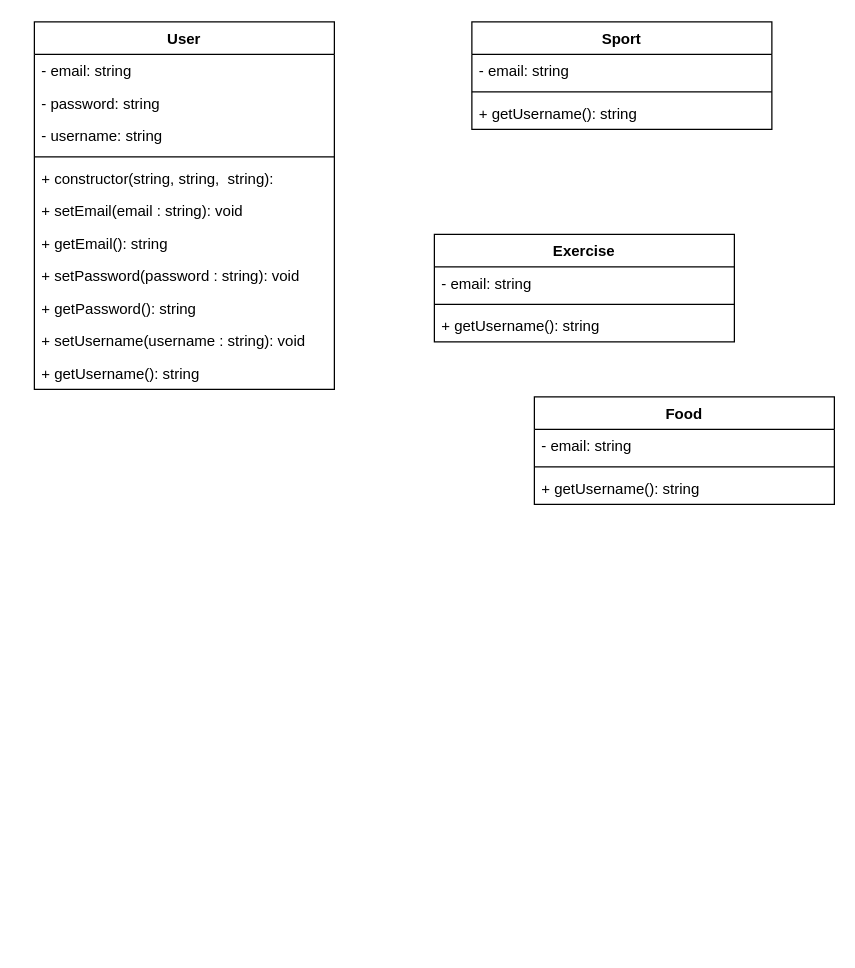
The draw.io diagram designs/class/class_diagram.drawio in jadogeri/CalorieTrackerApp, before the edit. Source tidied: cells renumbered, new cells numbered last; positions are measured from the earlier drawing's top-left corner, leaving out a move shared by most shapes. Both pictures are drawn from the tidied source at 125%, with x=0, y=0 at pixel (34, 21).
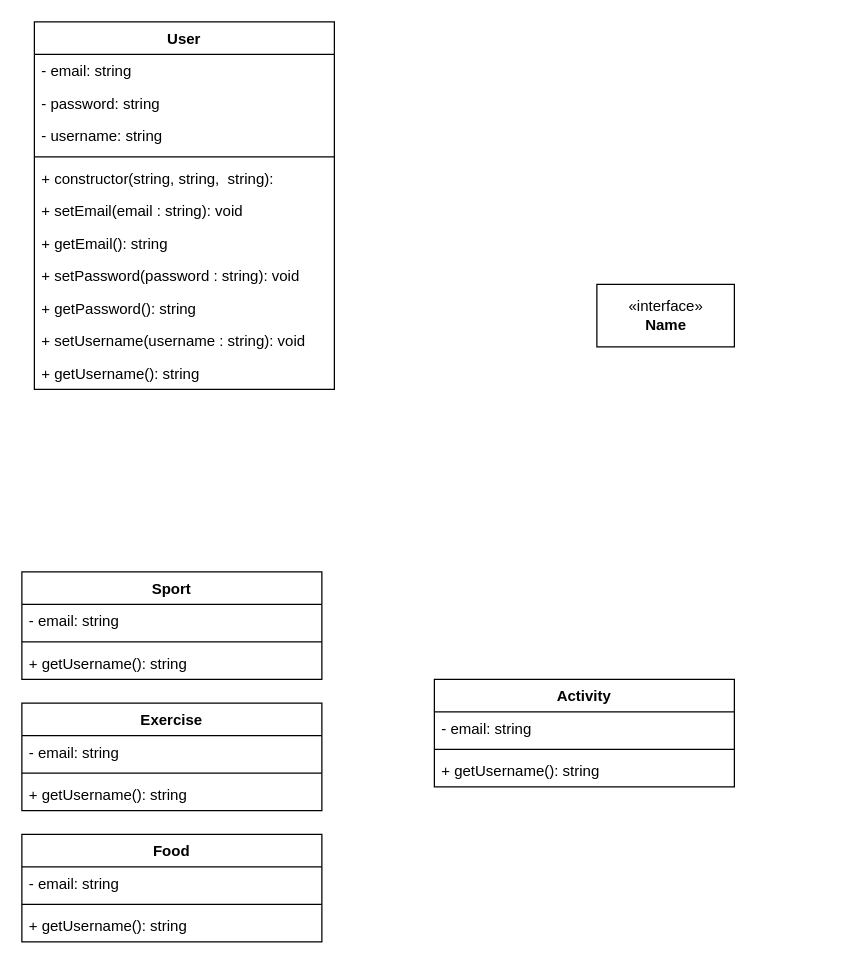
After the change.

Commit message (it also covers changes not shown here):
added entities to class diagram

The edit, as a diff of the source:
```diff
@@
     <mxCell id="14" value="Exercise&#10;&#10;" style="swimlane;fontStyle=1;align=center;verticalAlign=top;horizontal=1;startSize=26;" parent="1" vertex="1">
-      <mxGeometry x="320" y="170" width="240" height="86" as="geometry" />
+      <mxGeometry x="-10" y="545" width="240" height="86" as="geometry" />
     </mxCell>
@@
     <mxCell id="18" value="Sport&#10;" style="swimlane;fontStyle=1;align=center;verticalAlign=top;horizontal=1;startSize=26;" parent="1" vertex="1">
-      <mxGeometry x="350" width="240" height="86" as="geometry" />
+      <mxGeometry x="-10" y="440" width="240" height="86" as="geometry" />
     </mxCell>
@@
     <mxCell id="22" value="Food&#10;&#10;" style="swimlane;fontStyle=1;align=center;verticalAlign=top;horizontal=1;startSize=26;" parent="1" vertex="1">
-      <mxGeometry x="400" y="300" width="240" height="86" as="geometry" />
+      <mxGeometry x="-10" y="650" width="240" height="86" as="geometry" />
     </mxCell>
@@
+    <mxCell id="26" value="Activity&#10;" style="swimlane;fontStyle=1;align=center;verticalAlign=top;horizontal=1;startSize=26;" parent="1" vertex="1">
+      <mxGeometry x="320" y="526" width="240" height="86" as="geometry" />
+    </mxCell>
+    <mxCell id="27" value="- email: string" style="text;strokeColor=none;fillColor=none;align=left;verticalAlign=top;spacingLeft=4;spacingRight=4;overflow=hidden;" parent="26" vertex="1">
+      <mxGeometry y="26" width="240" height="26" as="geometry" />
+    </mxCell>
+    <mxCell id="28" style="line;strokeWidth=1;fillColor=none;align=left;verticalAlign=middle;spacingTop=-1;spacingLeft=3;spacingRight=3;labelPosition=right;strokeColor=inherit;" parent="26" vertex="1">
+      <mxGeometry y="52" width="240" height="8" as="geometry" />
+    </mxCell>
+    <mxCell id="29" value="+ getUsername(): string" style="text;strokeColor=none;fillColor=none;align=left;verticalAlign=top;spacingLeft=4;spacingRight=4;overflow=hidden;" parent="26" vertex="1">
+      <mxGeometry y="60" width="240" height="26" as="geometry" />
+    </mxCell>
+    <mxCell id="30" value="&amp;laquo;interface&amp;raquo;&lt;br&gt;&lt;b&gt;Name&lt;/b&gt;" style="html=1;" parent="1" vertex="1">
+      <mxGeometry x="450" y="210" width="110" height="50" as="geometry" />
+    </mxCell>
```
